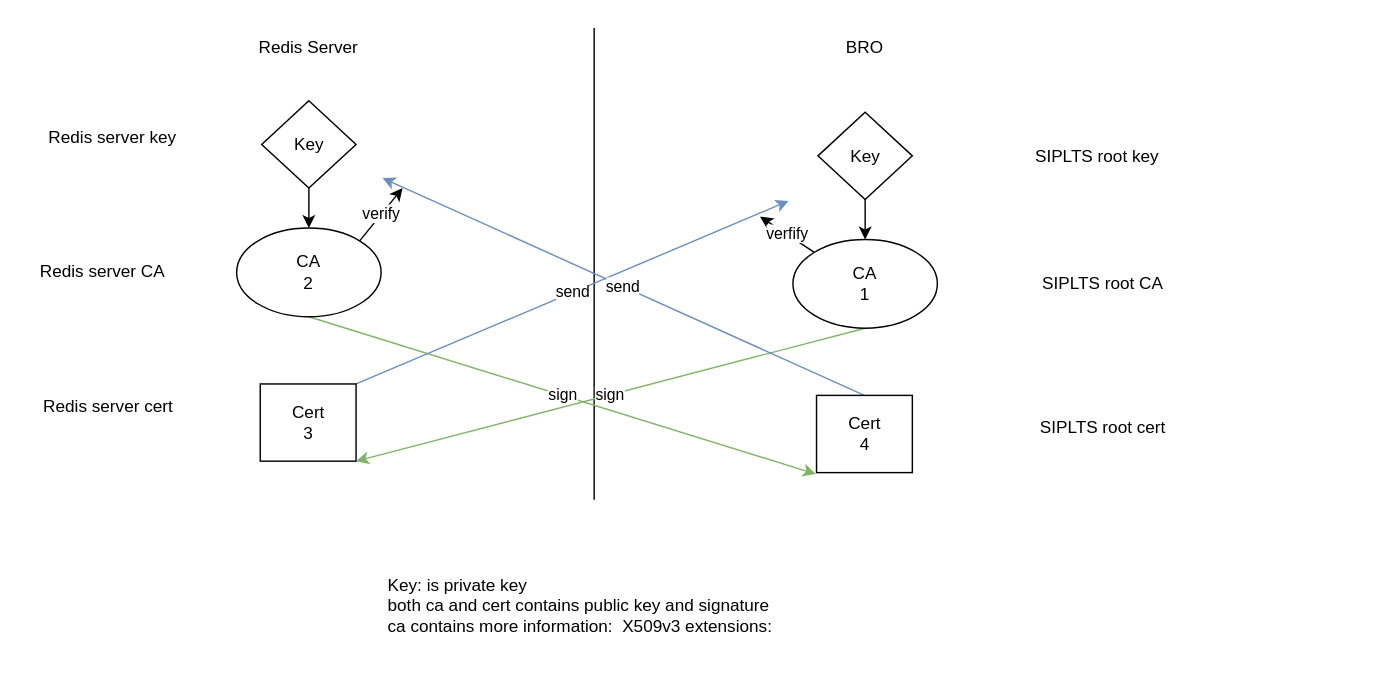
The draw.io diagram Bro Certs.drawio in Albert-W/Draw_io, before the edit. Source tidied: cells renumbered, new cells numbered last; positions are measured from the earlier drawing's top-left corner, leaving out a move shared by most shapes. Both pictures are drawn from the tidied source at 143%, with x=0, y=0 at pixel (24, 24).
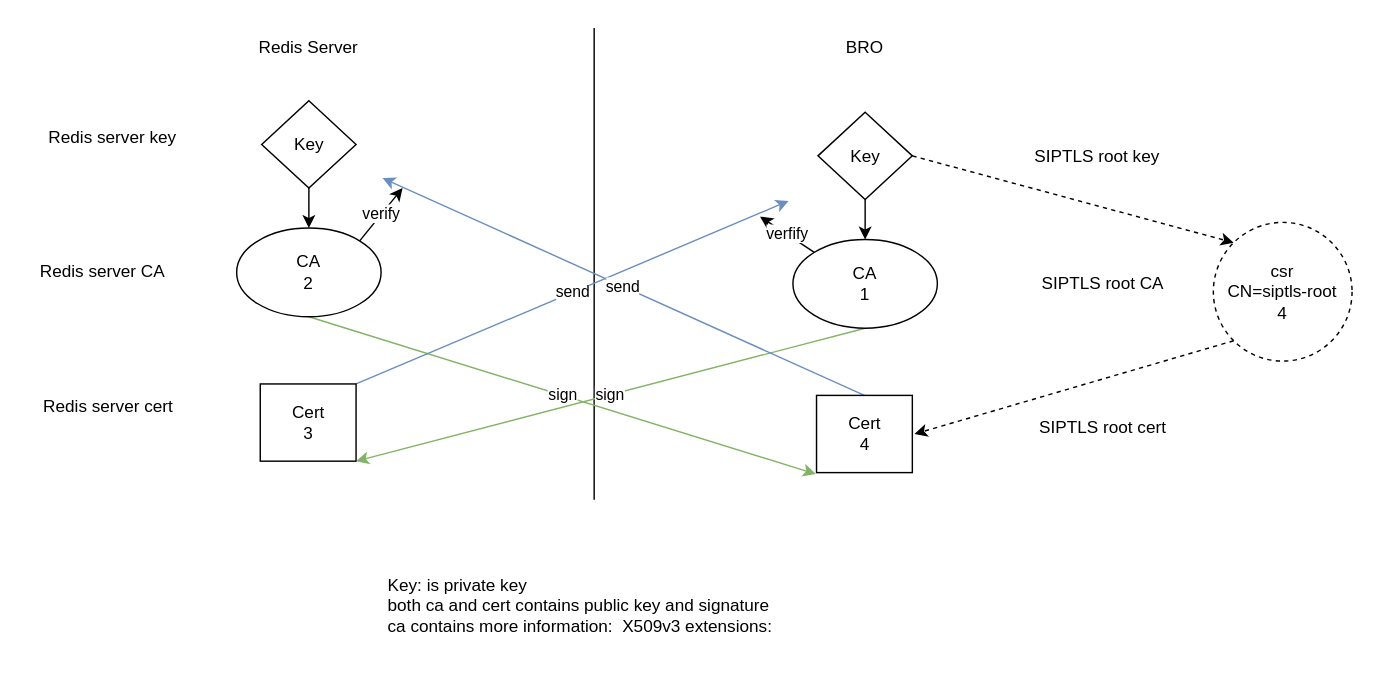
The same page after the edit.

The change refers to these unchanged cells:
```xml
<mxCell id="13" value="Key" style="rhombus;whiteSpace=wrap;html=1;" parent="1" vertex="1">
  <mxGeometry x="554.5" y="61" width="66" height="61" as="geometry" />
</mxCell>
```

What changed in the source:
```diff
@@
+    <mxCell id="26" style="edgeStyle=none;rounded=0;jettySize=auto;html=1;exitX=1;exitY=0.5;exitDx=0;exitDy=0;dashed=1;entryX=0;entryY=0;entryDx=0;entryDy=0;" parent="1" edge="1" source="13" target="28">
+      <mxGeometry relative="1" as="geometry" />
+    </mxCell>
@@
-    <mxCell id="22" value="SIPLTS root key" style="text;html=1;strokeColor=none;fillColor=none;align=center;verticalAlign=middle;whiteSpace=wrap;rounded=0;" parent="1" vertex="1">
+    <mxCell id="22" value="SIPTLS root key" style="text;html=1;strokeColor=none;fillColor=none;align=center;verticalAlign=middle;whiteSpace=wrap;rounded=0;" parent="1" vertex="1">
       <mxGeometry x="680" y="81" width="140" height="21" as="geometry" />
     </mxCell>
-    <mxCell id="23" value="SIPLTS root CA" style="text;html=1;strokeColor=none;fillColor=none;align=center;verticalAlign=middle;whiteSpace=wrap;rounded=0;" parent="1" vertex="1">
+    <mxCell id="23" value="SIPTLS root CA" style="text;html=1;strokeColor=none;fillColor=none;align=center;verticalAlign=middle;whiteSpace=wrap;rounded=0;" parent="1" vertex="1">
       <mxGeometry x="684" y="170.5" width="140" height="21" as="geometry" />
     </mxCell>
-    <mxCell id="24" value="SIPLTS root cert" style="text;html=1;strokeColor=none;fillColor=none;align=center;verticalAlign=middle;whiteSpace=wrap;rounded=0;" parent="1" vertex="1">
+    <mxCell id="24" value="SIPTLS root cert" style="text;html=1;strokeColor=none;fillColor=none;align=center;verticalAlign=middle;whiteSpace=wrap;rounded=0;" parent="1" vertex="1">
       <mxGeometry x="684" y="271" width="140" height="21" as="geometry" />
     </mxCell>
@@
+    <mxCell id="27" style="edgeStyle=none;rounded=0;jettySize=auto;html=1;exitX=0;exitY=1;exitDx=0;exitDy=0;dashed=1;" parent="1" edge="1" source="28">
+      <mxGeometry relative="1" as="geometry">
+        <mxPoint x="622" y="286" as="targetPoint" />
+      </mxGeometry>
+    </mxCell>
+    <mxCell id="28" value="&lt;div&gt;csr&lt;/div&gt;&lt;div&gt;CN=siptls-root&lt;/div&gt;&lt;div&gt;4&lt;br&gt;&lt;/div&gt;" style="ellipse;whiteSpace=wrap;html=1;align=center;dashed=1;" parent="1" vertex="1">
+      <mxGeometry x="831" y="138" width="97" height="97" as="geometry" />
+    </mxCell>
```
